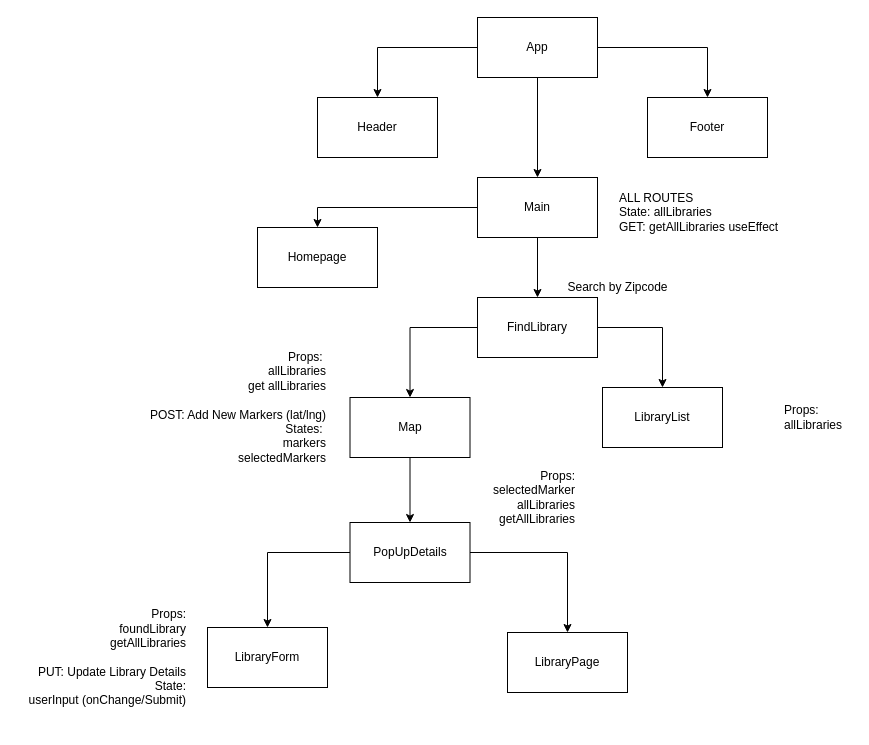
Above: planning/wireframes/LibreLibro Components.drawio in tashi-ono/libre_libro_client (draw.io), before the change. Source tidied: cells renumbered, new cells numbered last; positions are measured from the earlier drawing's top-left corner, leaving out a move shared by most shapes. Both pictures are drawn from the tidied source at 100%, with x=0, y=0 at pixel (17, 17).
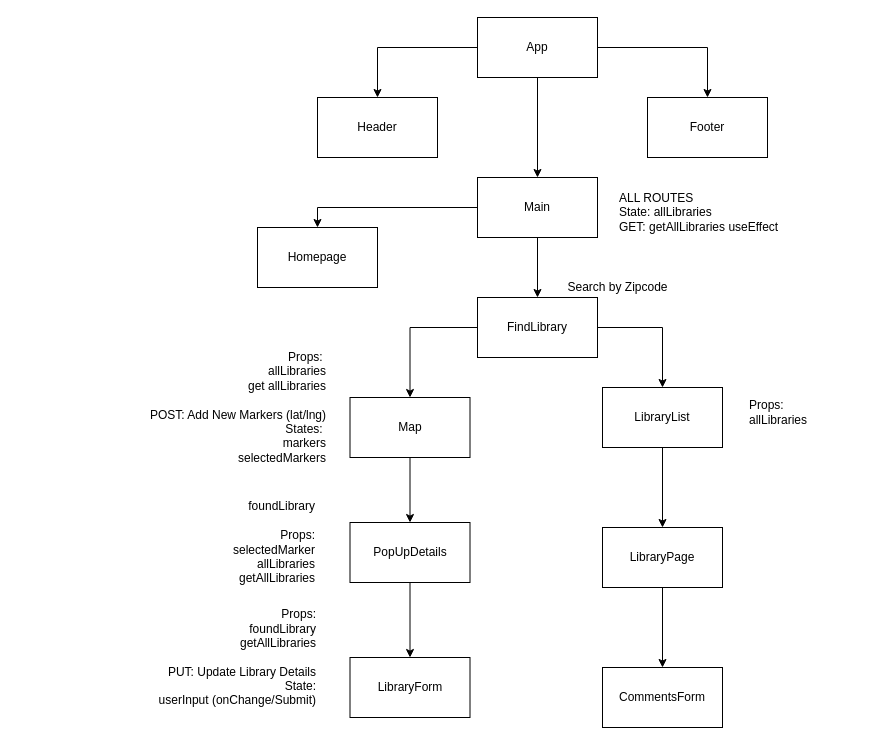
The same page after the edit.

The change refers to these unchanged cells:
```xml
<mxCell id="18" value="PopUpDetails" style="rounded=0;whiteSpace=wrap;html=1;" parent="1" vertex="1">
  <mxGeometry x="332.5" y="505" width="120" height="60" as="geometry" />
</mxCell>
<mxCell id="20" value="LibraryList" style="rounded=0;whiteSpace=wrap;html=1;" parent="1" vertex="1">
  <mxGeometry x="585" y="370" width="120" height="60" as="geometry" />
</mxCell>
```

Change to the diagram source:
```diff
@@
-    <mxCell id="16" style="edgeStyle=orthogonalEdgeStyle;rounded=0;jettySize=auto;html=1;exitX=0;exitY=0.5;exitDx=0;exitDy=0;" parent="1" edge="1" source="18" target="26">
+    <mxCell id="16" style="edgeStyle=orthogonalEdgeStyle;rounded=0;jettySize=auto;html=1;exitX=0.5;exitY=1;exitDx=0;exitDy=0;" parent="1" edge="1" source="18" target="26">
       <mxGeometry relative="1" as="geometry" />
     </mxCell>
-    <mxCell id="17" style="edgeStyle=orthogonalEdgeStyle;rounded=0;jettySize=auto;html=1;" parent="1" edge="1" source="18" target="28">
+    <mxCell id="17" style="edgeStyle=orthogonalEdgeStyle;rounded=0;jettySize=auto;html=1;exitX=0.5;exitY=1;exitDx=0;exitDy=0;" parent="1" edge="1" source="20" target="28">
       <mxGeometry relative="1" as="geometry" />
     </mxCell>
@@
-    <mxCell id="22" value="Props:&lt;br&gt;selectedMarker&lt;br&gt;allLibraries&lt;br&gt;getAllLibraries" style="text;html=1;strokeColor=none;fillColor=none;align=right;verticalAlign=middle;whiteSpace=wrap;rounded=0;" parent="1" vertex="1">
-      <mxGeometry x="430" y="440" width="130" height="80" as="geometry" />
+    <mxCell id="22" value="foundLibrary&lt;br&gt;&lt;br&gt;Props:&lt;br&gt;selectedMarker&lt;br&gt;allLibraries&lt;br&gt;getAllLibraries" style="text;html=1;strokeColor=none;fillColor=none;align=right;verticalAlign=middle;whiteSpace=wrap;rounded=0;imageAlign=left;" parent="1" vertex="1">
+      <mxGeometry x="170" y="485" width="130" height="80" as="geometry" />
     </mxCell>
@@
     <mxCell id="25" value="Props:&lt;br&gt;allLibraries" style="text;html=1;align=left;verticalAlign=middle;" parent="1" vertex="1">
-      <mxGeometry x="765" y="385" width="70" height="30" as="geometry" />
+      <mxGeometry x="730" y="380" width="70" height="30" as="geometry" />
     </mxCell>
     <mxCell id="26" value="LibraryForm" style="rounded=0;whiteSpace=wrap;html=1;" parent="1" vertex="1">
-      <mxGeometry x="190" y="610" width="120" height="60" as="geometry" />
+      <mxGeometry x="332.5" y="640" width="120" height="60" as="geometry" />
     </mxCell>
     <mxCell id="27" value="Props:&lt;br&gt;foundLibrary&lt;br&gt;getAllLibraries&lt;br&gt;&lt;br&gt;PUT: Update Library Details&lt;br&gt;State:&lt;br&gt;userInput (onChange/Submit)" style="text;html=1;align=right;verticalAlign=middle;" parent="1" vertex="1">
-      <mxGeometry y="590" width="170" height="100" as="geometry" />
+      <mxGeometry x="130" y="590" width="170" height="100" as="geometry" />
     </mxCell>
+    <mxCell id="29" style="edgeStyle=orthogonalEdgeStyle;rounded=0;jettySize=auto;html=1;" parent="1" edge="1" source="28" target="30">
+      <mxGeometry relative="1" as="geometry" />
+    </mxCell>
     <mxCell id="28" value="LibraryPage" style="rounded=0;whiteSpace=wrap;html=1;" parent="1" vertex="1">
-      <mxGeometry x="490" y="615" width="120" height="60" as="geometry" />
+      <mxGeometry x="585" y="510" width="120" height="60" as="geometry" />
     </mxCell>
+    <mxCell id="30" value="CommentsForm" style="rounded=0;whiteSpace=wrap;html=1;" parent="1" vertex="1">
+      <mxGeometry x="585" y="650" width="120" height="60" as="geometry" />
+    </mxCell>
```
